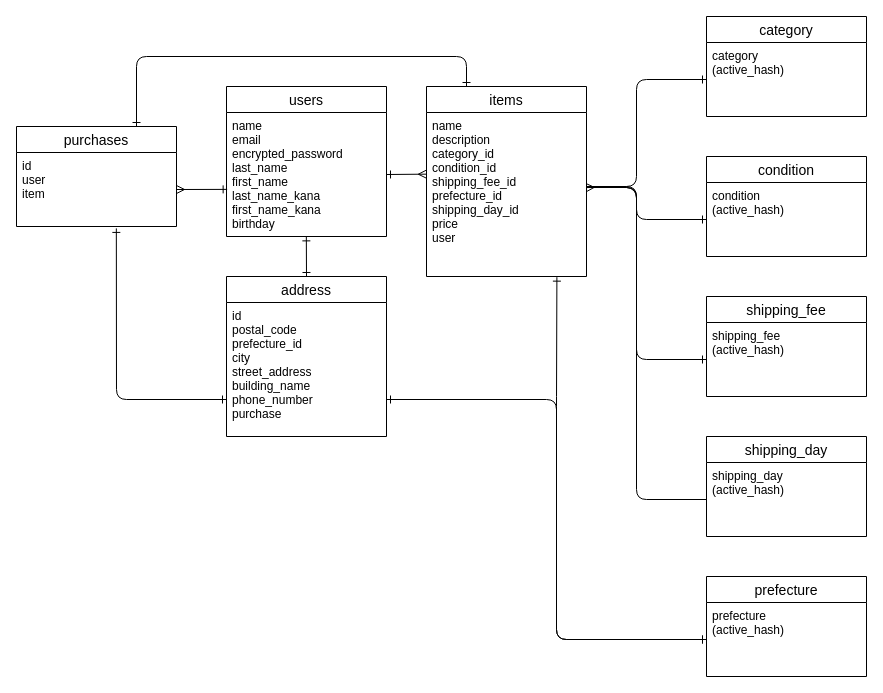
Before: test.dio in sakimomo/furima-39901, a draw.io diagram. Source tidied: cells renumbered, new cells numbered last; positions are measured from the earlier drawing's top-left corner, leaving out a move shared by most shapes. Both pictures are drawn from the tidied source at 100%, with x=0, y=0 at pixel (16, 16).
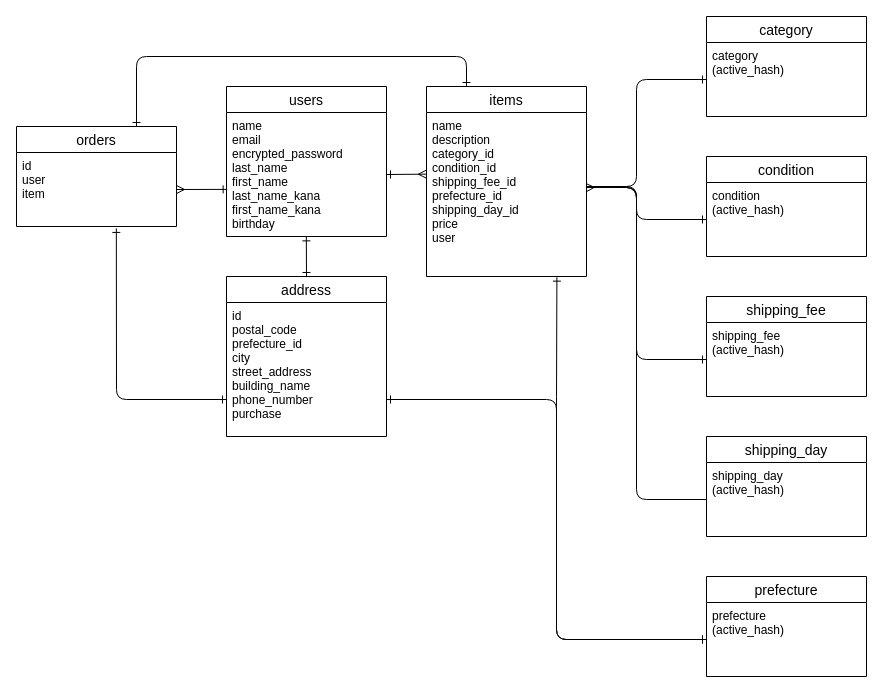
After the change.

The edit, as a diff of the source:
```diff
@@
-    <mxCell id="7" value="purchases" style="swimlane;fontStyle=0;horizontal=1;startSize=26;align=center;fontSize=14;" parent="1" vertex="1">
+    <mxCell id="7" value="orders" style="swimlane;fontStyle=0;horizontal=1;startSize=26;align=center;fontSize=14;" parent="1" vertex="1">
       <mxGeometry y="110" width="160" height="100" as="geometry" />
     </mxCell>
```
